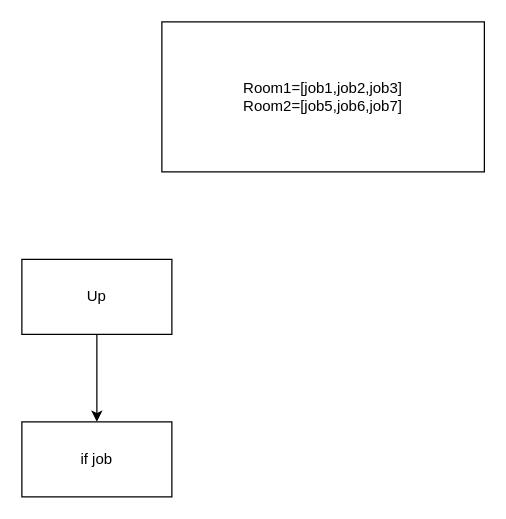
haanhtuan0147/tailieu keeps this draw.io diagram as modify_up_and_down.drawio. Above is the earlier version. Source tidied: cells renumbered, new cells numbered last; positions are measured from the earlier drawing's top-left corner, leaving out a move shared by most shapes. Both pictures are drawn from the tidied source at 125%, with x=0, y=0 at pixel (21, 21).
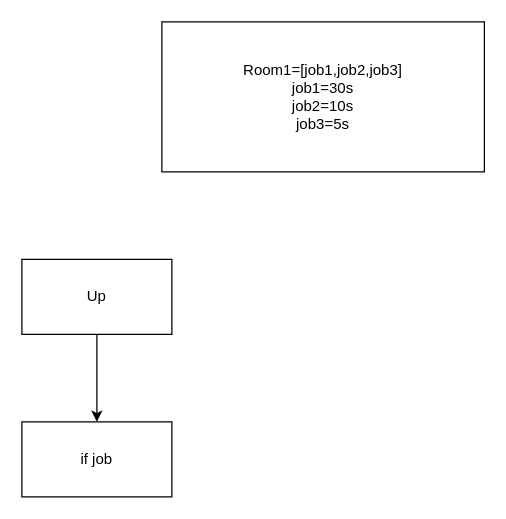
Above is the later version.

The edit, as a diff of the source:
```diff
@@
 <mxGraphModel>
   <root>
     <mxCell id="0" />
     <mxCell id="1" parent="0" />
     <mxCell id="2" value="Up" style="rounded=0;whiteSpace=wrap;html=1;" parent="1" vertex="1">
       <mxGeometry y="190" width="120" height="60" as="geometry" />
     </mxCell>
     <mxCell id="3" style="endArrow=classic;html=1;rounded=0;exitX=0.5;exitY=1;exitDx=0;exitDy=0;" parent="1" edge="1" source="2" target="4">
       <mxGeometry relative="1" as="geometry" />
     </mxCell>
     <mxCell id="4" value="if job" style="rounded=0;whiteSpace=wrap;html=1;" parent="1" vertex="1">
       <mxGeometry y="320" width="120" height="60" as="geometry" />
     </mxCell>
-    <mxCell id="5" value="Room1=[job1,job2,job3]&lt;br&gt;Room2=[job5,job6,job7]" style="rounded=0;whiteSpace=wrap;html=1;" parent="1" vertex="1">
+    <mxCell id="5" value="Room1=[job1,job2,job3]&lt;br&gt;job1=30s&lt;br&gt;job2=10s&lt;br&gt;job3=5s" style="rounded=0;whiteSpace=wrap;html=1;" parent="1" vertex="1">
       <mxGeometry x="112" width="258" height="120" as="geometry" />
     </mxCell>
   </root>
 </mxGraphModel>
```
